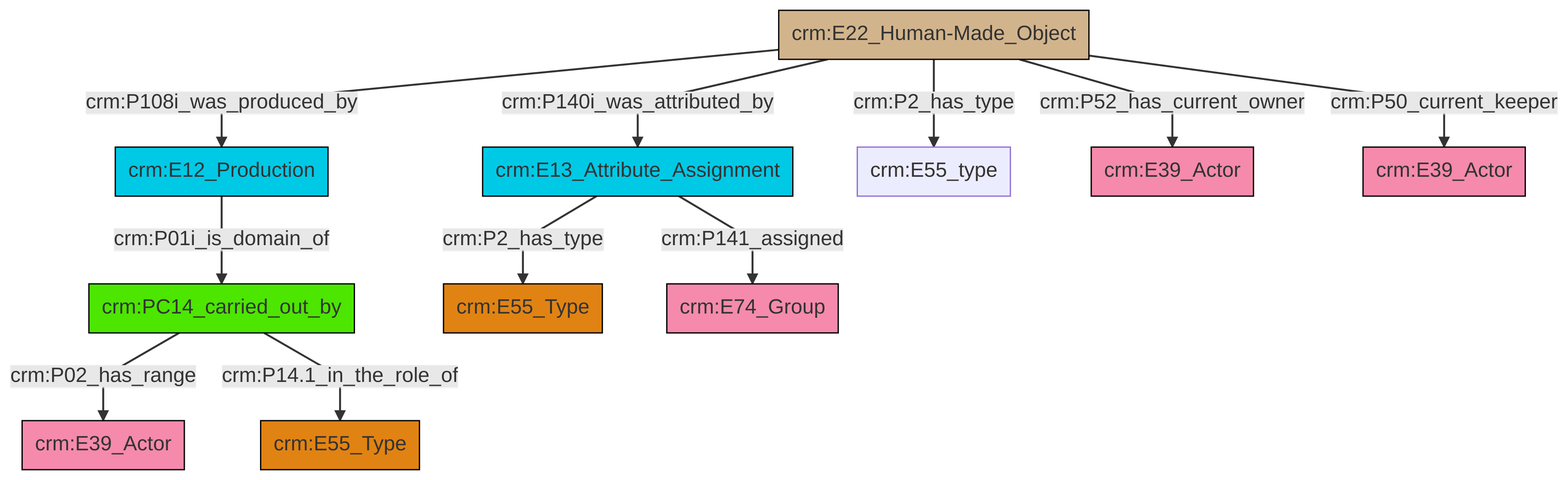
Earlier version of the Mermaid export et/artworkCSV/ttl/mmd/png/Artwork_Actor_Relations.png (swiss-art-research-net/docs.swissartresearch). Its source is kept beside it as et/artworkCSV/ttl/mmd/Artwork_Actor_Relations.ttl.mmd.
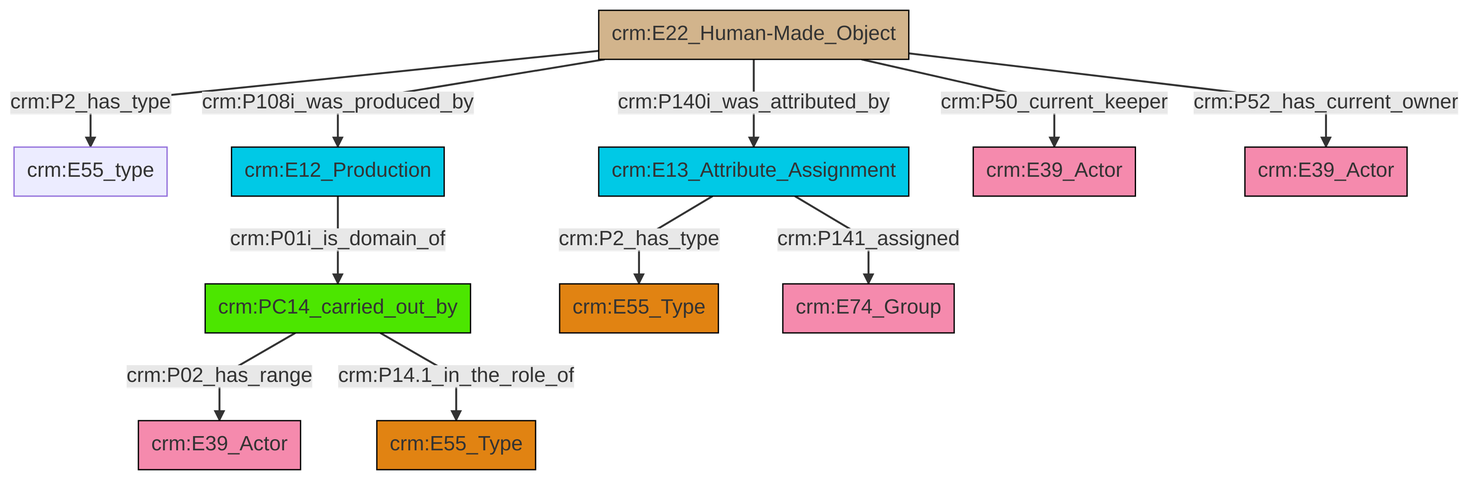
The same diagram one commit later.

The edit, as a diff of the source:
```diff
@@ -13,13 +13,13 @@
 classDef PC_Classes fill:#4ce600, stroke:#000000;
 classDef Multi fill:#cccccc,stroke:#000000;
 
-0["crm:E12_Production"]:::Temporal_Entity -->|crm:P01i_is_domain_of| 1["crm:PC14_carried_out_by"]:::PC_Classes
-1["crm:PC14_carried_out_by"]:::PC_Classes -->|crm:P02_has_range| 2["crm:E39_Actor"]:::Actor
-3["crm:E13_Attribute_Assignment"]:::Temporal_Entity -->|crm:P2_has_type| 4["crm:E55_Type"]:::Type
-3["crm:E13_Attribute_Assignment"]:::Temporal_Entity -->|crm:P141_assigned| 5["crm:E74_Group"]:::Actor
-6["crm:E22_Human-Made_Object"]:::Physical_Thing -->|crm:P140i_was_attributed_by| 3["crm:E13_Attribute_Assignment"]:::Temporal_Entity
-1["crm:PC14_carried_out_by"]:::PC_Classes -->|crm:P14.1_in_the_role_of| 8["crm:E55_Type"]:::Type
-6["crm:E22_Human-Made_Object"]:::Physical_Thing -->|crm:P2_has_type| 11["crm:E55_type"]:::Default
-6["crm:E22_Human-Made_Object"]:::Physical_Thing -->|crm:P52_has_current_owner| 12["crm:E39_Actor"]:::Actor
-6["crm:E22_Human-Made_Object"]:::Physical_Thing -->|crm:P50_current_keeper| 16["crm:E39_Actor"]:::Actor
-6["crm:E22_Human-Made_Object"]:::Physical_Thing -->|crm:P108i_was_produced_by| 0["crm:E12_Production"]:::Temporal_Entity
+2["crm:PC14_carried_out_by"]:::PC_Classes -->|crm:P02_has_range| 3["crm:E39_Actor"]:::Actor
+0["crm:E22_Human-Made_Object"]:::Physical_Thing -->|crm:P2_has_type| 4["crm:E55_type"]:::Default
+0["crm:E22_Human-Made_Object"]:::Physical_Thing -->|crm:P140i_was_attributed_by| 6["crm:E13_Attribute_Assignment"]:::Temporal_Entity
+9["crm:E12_Production"]:::Temporal_Entity -->|crm:P01i_is_domain_of| 2["crm:PC14_carried_out_by"]:::PC_Classes
+6["crm:E13_Attribute_Assignment"]:::Temporal_Entity -->|crm:P141_assigned| 12["crm:E74_Group"]:::Actor
+0["crm:E22_Human-Made_Object"]:::Physical_Thing -->|crm:P108i_was_produced_by| 9["crm:E12_Production"]:::Temporal_Entity
+2["crm:PC14_carried_out_by"]:::PC_Classes -->|crm:P14.1_in_the_role_of| 16["crm:E55_Type"]:::Type
+0["crm:E22_Human-Made_Object"]:::Physical_Thing -->|crm:P50_current_keeper| 10["crm:E39_Actor"]:::Actor
+0["crm:E22_Human-Made_Object"]:::Physical_Thing -->|crm:P52_has_current_owner| 14["crm:E39_Actor"]:::Actor
+6["crm:E13_Attribute_Assignment"]:::Temporal_Entity -->|crm:P2_has_type| 7["crm:E55_Type"]:::Type
```
